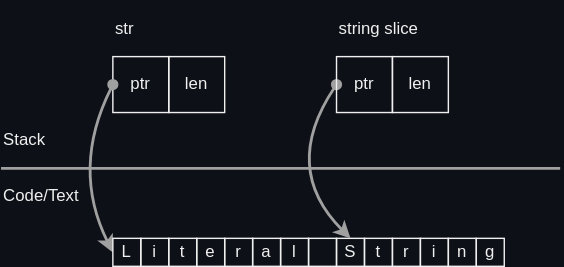
This is docs/rust/memory_layout/images/str.drawio.svg from htgithub194/self-study, a draw.io export, as it was before one commit. Source tidied: cells renumbered, new cells last; positions are measured from the earlier drawing's top-left corner, leaving out a move shared by most shapes.
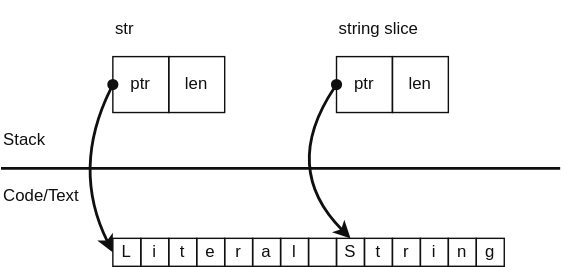
Above is the later version.

The edit, as a diff of the source:
```diff
@@ -1,17 +1,17 @@
-<mxGraphModel background="#0D1117">
+<mxGraphModel>
   <root>
     <mxCell id="0" />
     <mxCell id="1" parent="0" />
-    <mxCell id="2" value="str" style="text;html=1;strokeColor=none;fillColor=none;align=left;verticalAlign=middle;whiteSpace=wrap;rounded=0;fontColor=#F0F0F0;" parent="1" vertex="1">
+    <mxCell id="2" value="str" style="text;html=1;strokeColor=none;fillColor=none;align=left;verticalAlign=middle;whiteSpace=wrap;rounded=0;fontColor=light-dark(#0F0F0F,#F0F0F0);" parent="1" vertex="1">
       <mxGeometry x="80" width="80" height="40" as="geometry" />
     </mxCell>
-    <mxCell id="3" value="ptr" style="rounded=0;whiteSpace=wrap;html=1;flipH=1;flipV=1;fillColor=none;fontColor=#F0F0F0;strokeColor=#F0F0F0;" parent="1" vertex="1">
+    <mxCell id="3" value="ptr" style="rounded=0;whiteSpace=wrap;html=1;flipH=1;flipV=1;fillColor=none;fontColor=light-dark(#0F0F0F,#F0F0F0);strokeColor=light-dark(#0F0F0F,#F0F0F0);" parent="1" vertex="1">
       <mxGeometry x="80" y="40" width="40" height="40" as="geometry" />
     </mxCell>
-    <mxCell id="4" value="len" style="rounded=0;whiteSpace=wrap;html=1;flipH=1;flipV=1;fillColor=none;fontColor=#F0F0F0;strokeColor=#F0F0F0;" parent="1" vertex="1">
+    <mxCell id="4" value="len" style="rounded=0;whiteSpace=wrap;html=1;flipH=1;flipV=1;fillColor=none;fontColor=light-dark(#0F0F0F,#F0F0F0);strokeColor=light-dark(#0F0F0F,#F0F0F0);" parent="1" vertex="1">
       <mxGeometry x="120" y="40" width="40" height="40" as="geometry" />
     </mxCell>
-    <mxCell id="5" style="edgeStyle=none;html=1;entryX=0;entryY=0.5;entryDx=0;entryDy=0;strokeColor=#A0A0A0;strokeWidth=2;exitX=0;exitY=0.5;exitDx=0;exitDy=0;curved=1;startArrow=oval;startFill=1;fontColor=#F0F0F0;" parent="1" edge="1">
+    <mxCell id="5" style="edgeStyle=none;html=1;entryX=0;entryY=0.5;entryDx=0;entryDy=0;strokeColor=light-dark(#0F0F0F,#F0F0F0);strokeWidth=2;exitX=0;exitY=0.5;exitDx=0;exitDy=0;curved=1;startArrow=oval;startFill=1;fontColor=light-dark(#0F0F0F,#F0F0F0);" parent="1" edge="1">
       <mxGeometry relative="1" as="geometry">
         <mxPoint x="80" y="60" as="sourcePoint" />
         <mxPoint x="80" y="180" as="targetPoint" />
@@ -20,74 +20,74 @@
         </Array>
       </mxGeometry>
     </mxCell>
-    <mxCell id="6" value="L" style="rounded=0;whiteSpace=wrap;html=1;flipH=1;flipV=1;fillColor=none;fontColor=#F0F0F0;strokeColor=#F0F0F0;" parent="1" vertex="1">
+    <mxCell id="6" value="L" style="rounded=0;whiteSpace=wrap;html=1;flipH=1;flipV=1;fillColor=none;fontColor=light-dark(#0F0F0F,#F0F0F0);strokeColor=light-dark(#0F0F0F,#F0F0F0);" parent="1" vertex="1">
       <mxGeometry x="80" y="170" width="20" height="20" as="geometry" />
     </mxCell>
-    <mxCell id="7" value="i" style="rounded=0;whiteSpace=wrap;html=1;flipH=1;flipV=1;fillColor=none;fontColor=#F0F0F0;strokeColor=#F0F0F0;" parent="1" vertex="1">
+    <mxCell id="7" value="i" style="rounded=0;whiteSpace=wrap;html=1;flipH=1;flipV=1;fillColor=none;fontColor=light-dark(#0F0F0F,#F0F0F0);strokeColor=light-dark(#0F0F0F,#F0F0F0);" parent="1" vertex="1">
       <mxGeometry x="100" y="170" width="20" height="20" as="geometry" />
     </mxCell>
-    <mxCell id="8" value="t" style="rounded=0;whiteSpace=wrap;html=1;flipH=1;flipV=1;fillColor=none;fontColor=#F0F0F0;strokeColor=#F0F0F0;" parent="1" vertex="1">
+    <mxCell id="8" value="t" style="rounded=0;whiteSpace=wrap;html=1;flipH=1;flipV=1;fillColor=none;fontColor=light-dark(#0F0F0F,#F0F0F0);strokeColor=light-dark(#0F0F0F,#F0F0F0);" parent="1" vertex="1">
       <mxGeometry x="120" y="170" width="20" height="20" as="geometry" />
     </mxCell>
-    <mxCell id="9" value="e" style="rounded=0;whiteSpace=wrap;html=1;flipH=1;flipV=1;fillColor=none;fontColor=#F0F0F0;strokeColor=#F0F0F0;" parent="1" vertex="1">
+    <mxCell id="9" value="e" style="rounded=0;whiteSpace=wrap;html=1;flipH=1;flipV=1;fillColor=none;fontColor=light-dark(#0F0F0F,#F0F0F0);strokeColor=light-dark(#0F0F0F,#F0F0F0);" parent="1" vertex="1">
       <mxGeometry x="140" y="170" width="20" height="20" as="geometry" />
     </mxCell>
-    <mxCell id="10" value="r" style="rounded=0;whiteSpace=wrap;html=1;flipH=1;flipV=1;fillColor=none;fontColor=#F0F0F0;strokeColor=#F0F0F0;" parent="1" vertex="1">
+    <mxCell id="10" value="r" style="rounded=0;whiteSpace=wrap;html=1;flipH=1;flipV=1;fillColor=none;fontColor=light-dark(#0F0F0F,#F0F0F0);strokeColor=light-dark(#0F0F0F,#F0F0F0);" parent="1" vertex="1">
       <mxGeometry x="160" y="170" width="20" height="20" as="geometry" />
     </mxCell>
-    <mxCell id="11" value="a" style="rounded=0;whiteSpace=wrap;html=1;flipH=1;flipV=1;fillColor=none;fontColor=#F0F0F0;strokeColor=#F0F0F0;" parent="1" vertex="1">
+    <mxCell id="11" value="a" style="rounded=0;whiteSpace=wrap;html=1;flipH=1;flipV=1;fillColor=none;fontColor=light-dark(#0F0F0F,#F0F0F0);strokeColor=light-dark(#0F0F0F,#F0F0F0);" parent="1" vertex="1">
       <mxGeometry x="180" y="170" width="20" height="20" as="geometry" />
     </mxCell>
-    <mxCell id="12" value="l" style="rounded=0;whiteSpace=wrap;html=1;flipH=1;flipV=1;fillColor=none;fontColor=#F0F0F0;strokeColor=#F0F0F0;" parent="1" vertex="1">
+    <mxCell id="12" value="l" style="rounded=0;whiteSpace=wrap;html=1;flipH=1;flipV=1;fillColor=none;fontColor=light-dark(#0F0F0F,#F0F0F0);strokeColor=light-dark(#0F0F0F,#F0F0F0);" parent="1" vertex="1">
       <mxGeometry x="200" y="170" width="20" height="20" as="geometry" />
     </mxCell>
-    <mxCell id="13" style="rounded=0;whiteSpace=wrap;html=1;flipH=1;flipV=1;fillColor=none;fontColor=#F0F0F0;strokeColor=#F0F0F0;" parent="1" vertex="1">
+    <mxCell id="13" style="rounded=0;whiteSpace=wrap;html=1;flipH=1;flipV=1;fillColor=none;fontColor=light-dark(#0F0F0F,#F0F0F0);strokeColor=light-dark(#0F0F0F,#F0F0F0);" parent="1" vertex="1">
       <mxGeometry x="220" y="170" width="20" height="20" as="geometry" />
     </mxCell>
-    <mxCell id="14" style="endArrow=none;html=1;strokeColor=#A0A0A0;strokeWidth=2;fontColor=#F0F0F0;" parent="1" edge="1">
+    <mxCell id="14" style="endArrow=none;html=1;strokeColor=light-dark(#0F0F0F,#F0F0F0);strokeWidth=2;fontColor=light-dark(#0F0F0F,#F0F0F0);" parent="1" edge="1">
       <mxGeometry relative="1" as="geometry">
         <mxPoint y="120" as="sourcePoint" />
         <mxPoint x="400" y="120" as="targetPoint" />
       </mxGeometry>
     </mxCell>
-    <mxCell id="15" value="Stack" style="text;html=1;strokeColor=none;fillColor=none;align=left;verticalAlign=middle;whiteSpace=wrap;rounded=0;fontColor=#F0F0F0;" parent="1" vertex="1">
+    <mxCell id="15" value="Stack" style="text;html=1;strokeColor=none;fillColor=none;align=left;verticalAlign=middle;whiteSpace=wrap;rounded=0;fontColor=light-dark(#0F0F0F,#F0F0F0);" parent="1" vertex="1">
       <mxGeometry y="80" width="80" height="40" as="geometry" />
     </mxCell>
-    <mxCell id="16" value="Code/Text" style="text;html=1;strokeColor=none;fillColor=none;align=left;verticalAlign=middle;whiteSpace=wrap;rounded=0;fontColor=#F0F0F0;" parent="1" vertex="1">
+    <mxCell id="16" value="Code/Text" style="text;html=1;strokeColor=none;fillColor=none;align=left;verticalAlign=middle;whiteSpace=wrap;rounded=0;fontColor=light-dark(#0F0F0F,#F0F0F0);" parent="1" vertex="1">
       <mxGeometry y="120" width="80" height="40" as="geometry" />
     </mxCell>
-    <mxCell id="17" value="S" style="rounded=0;whiteSpace=wrap;html=1;flipH=1;flipV=1;fillColor=none;fontColor=#F0F0F0;strokeColor=#F0F0F0;" parent="1" vertex="1">
+    <mxCell id="17" value="S" style="rounded=0;whiteSpace=wrap;html=1;flipH=1;flipV=1;fillColor=none;fontColor=light-dark(#0F0F0F,#F0F0F0);strokeColor=light-dark(#0F0F0F,#F0F0F0);" parent="1" vertex="1">
       <mxGeometry x="240" y="170" width="20" height="20" as="geometry" />
     </mxCell>
-    <mxCell id="18" value="t" style="rounded=0;whiteSpace=wrap;html=1;flipH=1;flipV=1;fillColor=none;fontColor=#F0F0F0;strokeColor=#F0F0F0;" parent="1" vertex="1">
+    <mxCell id="18" value="t" style="rounded=0;whiteSpace=wrap;html=1;flipH=1;flipV=1;fillColor=none;fontColor=light-dark(#0F0F0F,#F0F0F0);strokeColor=light-dark(#0F0F0F,#F0F0F0);" parent="1" vertex="1">
       <mxGeometry x="260" y="170" width="20" height="20" as="geometry" />
     </mxCell>
-    <mxCell id="19" value="r" style="rounded=0;whiteSpace=wrap;html=1;flipH=1;flipV=1;fillColor=none;fontColor=#F0F0F0;strokeColor=#F0F0F0;" parent="1" vertex="1">
+    <mxCell id="19" value="r" style="rounded=0;whiteSpace=wrap;html=1;flipH=1;flipV=1;fillColor=none;fontColor=light-dark(#0F0F0F,#F0F0F0);strokeColor=light-dark(#0F0F0F,#F0F0F0);" parent="1" vertex="1">
       <mxGeometry x="280" y="170" width="20" height="20" as="geometry" />
     </mxCell>
-    <mxCell id="20" value="i" style="rounded=0;whiteSpace=wrap;html=1;flipH=1;flipV=1;fillColor=none;fontColor=#F0F0F0;strokeColor=#F0F0F0;" parent="1" vertex="1">
+    <mxCell id="20" value="i" style="rounded=0;whiteSpace=wrap;html=1;flipH=1;flipV=1;fillColor=none;fontColor=light-dark(#0F0F0F,#F0F0F0);strokeColor=light-dark(#0F0F0F,#F0F0F0);" parent="1" vertex="1">
       <mxGeometry x="300" y="170" width="20" height="20" as="geometry" />
     </mxCell>
-    <mxCell id="21" value="n" style="rounded=0;whiteSpace=wrap;html=1;flipH=1;flipV=1;fillColor=none;fontColor=#F0F0F0;strokeColor=#F0F0F0;" parent="1" vertex="1">
+    <mxCell id="21" value="n" style="rounded=0;whiteSpace=wrap;html=1;flipH=1;flipV=1;fillColor=none;fontColor=light-dark(#0F0F0F,#F0F0F0);strokeColor=light-dark(#0F0F0F,#F0F0F0);" parent="1" vertex="1">
       <mxGeometry x="320" y="170" width="20" height="20" as="geometry" />
     </mxCell>
-    <mxCell id="22" value="g" style="rounded=0;whiteSpace=wrap;html=1;flipH=1;flipV=1;fillColor=none;fontColor=#F0F0F0;strokeColor=#F0F0F0;" parent="1" vertex="1">
+    <mxCell id="22" value="g" style="rounded=0;whiteSpace=wrap;html=1;flipH=1;flipV=1;fillColor=none;fontColor=light-dark(#0F0F0F,#F0F0F0);strokeColor=light-dark(#0F0F0F,#F0F0F0);" parent="1" vertex="1">
       <mxGeometry x="340" y="170" width="20" height="20" as="geometry" />
     </mxCell>
-    <mxCell id="23" value="string slice" style="text;html=1;strokeColor=none;fillColor=none;align=left;verticalAlign=middle;whiteSpace=wrap;rounded=0;fontColor=#F0F0F0;" parent="1" vertex="1">
+    <mxCell id="23" value="string slice" style="text;html=1;strokeColor=none;fillColor=none;align=left;verticalAlign=middle;whiteSpace=wrap;rounded=0;fontColor=light-dark(#0F0F0F,#F0F0F0);" parent="1" vertex="1">
       <mxGeometry x="240" width="80" height="40" as="geometry" />
     </mxCell>
-    <mxCell id="24" style="edgeStyle=none;curved=1;html=1;entryX=0.5;entryY=0;entryDx=0;entryDy=0;strokeColor=#A0A0A0;strokeWidth=2;startArrow=oval;startFill=1;targetPerimeterSpacing=10;exitX=0;exitY=0.5;exitDx=0;exitDy=0;fontColor=#F0F0F0;" parent="1" edge="1" source="25" target="17">
+    <mxCell id="24" style="edgeStyle=none;curved=1;html=1;entryX=0.5;entryY=0;entryDx=0;entryDy=0;strokeColor=light-dark(#0F0F0F,#F0F0F0);strokeWidth=2;startArrow=oval;startFill=1;targetPerimeterSpacing=10;exitX=0;exitY=0.5;exitDx=0;exitDy=0;fontColor=light-dark(#0F0F0F,#F0F0F0);" parent="1" edge="1" source="25" target="17">
       <mxGeometry relative="1" as="geometry">
         <Array as="points">
           <mxPoint x="200" y="120" />
         </Array>
       </mxGeometry>
     </mxCell>
-    <mxCell id="25" value="ptr" style="rounded=0;whiteSpace=wrap;html=1;flipH=1;flipV=1;fillColor=none;fontColor=#F0F0F0;strokeColor=#F0F0F0;" parent="1" vertex="1">
+    <mxCell id="25" value="ptr" style="rounded=0;whiteSpace=wrap;html=1;flipH=1;flipV=1;fillColor=none;fontColor=light-dark(#0F0F0F,#F0F0F0);strokeColor=light-dark(#0F0F0F,#F0F0F0);" parent="1" vertex="1">
       <mxGeometry x="240" y="40" width="40" height="40" as="geometry" />
     </mxCell>
-    <mxCell id="26" value="len" style="rounded=0;whiteSpace=wrap;html=1;flipH=1;flipV=1;fillColor=none;fontColor=#F0F0F0;strokeColor=#F0F0F0;" parent="1" vertex="1">
+    <mxCell id="26" value="len" style="rounded=0;whiteSpace=wrap;html=1;flipH=1;flipV=1;fillColor=none;fontColor=light-dark(#0F0F0F,#F0F0F0);strokeColor=light-dark(#0F0F0F,#F0F0F0);" parent="1" vertex="1">
       <mxGeometry x="280" y="40" width="40" height="40" as="geometry" />
     </mxCell>
   </root>
```
